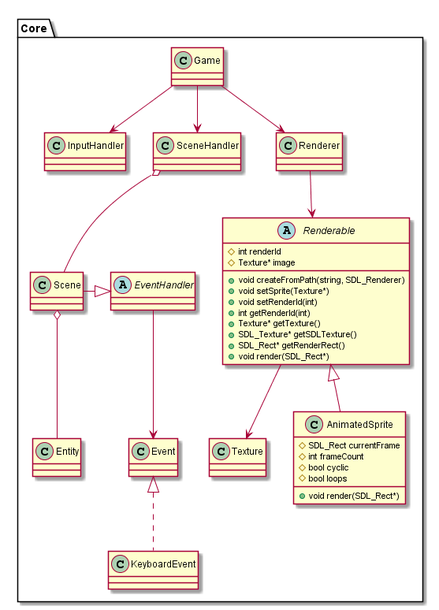
This is UML_Diagram.png from MarkGitthens/Sidescroller, a PlantUML export, as it was before one commit.
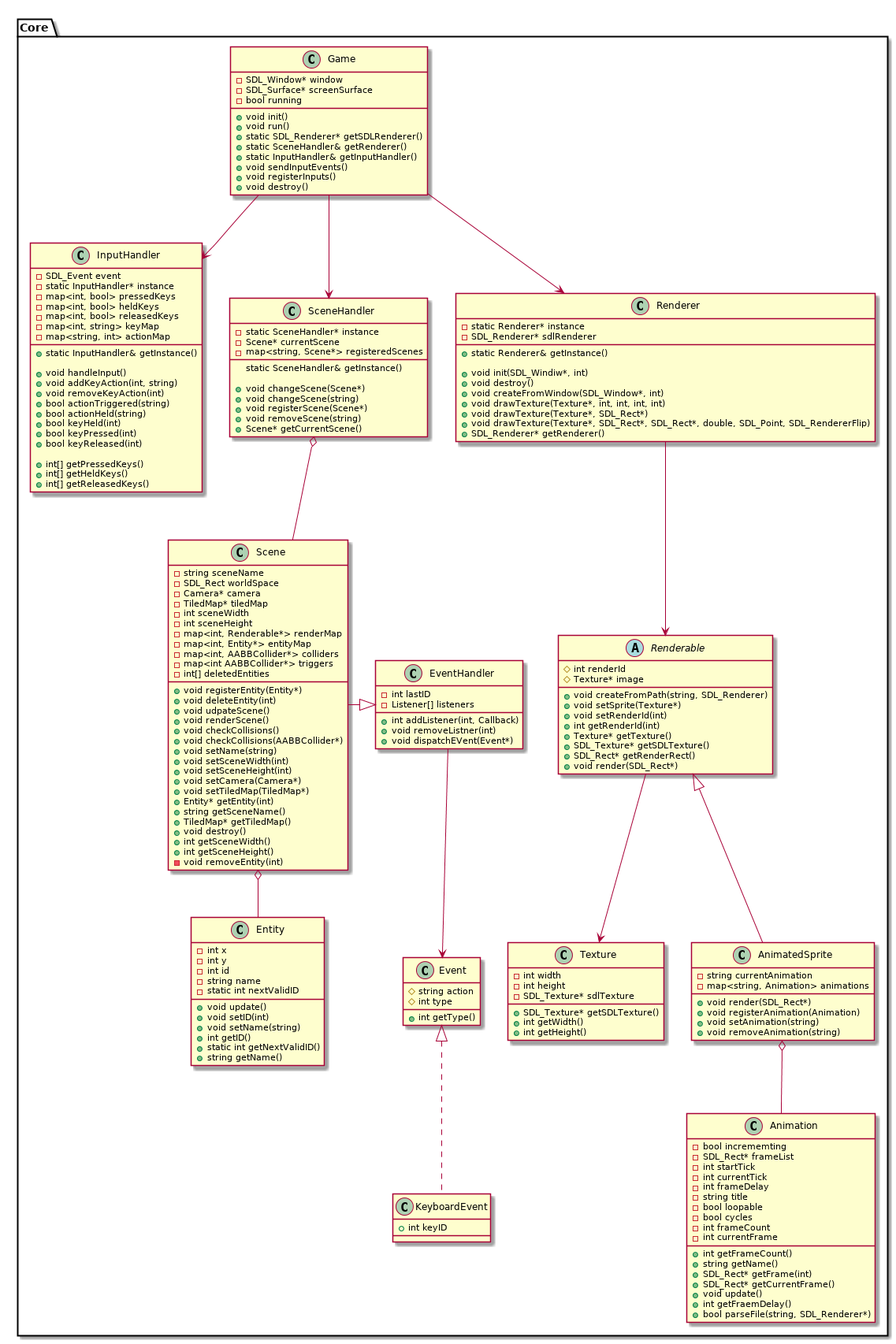
Above is the later version.

Commit message:
Updated UML diagrams and changed player jumping behavior.

What changed in the source:
```diff
@@ -2,31 +2,103 @@
 
 package Core {
     class Game {
+        +void init()
+        +void run()
+        +static SDL_Renderer* getSDLRenderer()
+        +static SceneHandler& getRenderer()
+        +static InputHandler& getInputHandler()
+        +void sendInputEvents()
+        +void registerInputs()
+        +void destroy()
 
+        -SDL_Window* window
+        -SDL_Surface* screenSurface
+        -bool running
     }
 
     class InputHandler {
+        +static InputHandler& getInstance()
 
+        +void handleInput()
+        +void addKeyAction(int, string)
+        +void removeKeyAction(int)
+        +bool actionTriggered(string)
+        +bool actionHeld(string)
+        +bool keyHeld(int)
+        +bool keyPressed(int)
+        +bool keyReleased(int)
+
+        +int[] getPressedKeys()
+        +int[] getHeldKeys()
+        +int[] getReleasedKeys()
+
+        -SDL_Event event
+        -static InputHandler* instance
+        -map<int, bool> pressedKeys
+        -map<int, bool> heldKeys
+        -map<int, bool> releasedKeys
+        -map<int, string> keyMap
+        -map<string, int> actionMap
     }
 
     class SceneHandler {
+        static SceneHandler& getInstance()
+
+        +void changeScene(Scene*)
+        +void changeScene(string)
+        +void registerScene(Scene*)
+        +void removeScene(string)
+        +Scene* getCurrentScene()
+
+        -static SceneHandler* instance
+        -Scene* currentScene
+        -map<string, Scene*> registeredScenes
 
     }
 
     class Renderer {
+        +static Renderer& getInstance()
 
+        +void init(SDL_Windiw*, int)
+        +void destroy()
+        +void createFromWindow(SDL_Window*, int)
+        +void drawTexture(Texture*, int, int, int, int)
+        +void drawTexture(Texture*, SDL_Rect*)
+        +void drawTexture(Texture*, SDL_Rect*, SDL_Rect*, double, SDL_Point, SDL_RendererFlip)
+        +SDL_Renderer* getRenderer()
+
+        -static Renderer* instance
+        -SDL_Renderer* sdlRenderer
     }
 
     class Texture {
+        +SDL_Texture* getSDLTexture()
+        +int getWidth()
+        +int getHeight()
 
+        -int width
+        -int height
+        -SDL_Texture* sdlTexture
+    }
+
+    class EventHandler {
+        +int addListener(int, Callback)
+        +void removeListner(int)
+        +void dispatchEVent(Event*)
+
+        -int lastID
+        -Listener[] listeners
     }
 
     class Event {
+        +int getType()
 
+        #string action
+        #int type
     }
 
     class KeyboardEvent {
-
+        +int keyID
     }
 
     abstract class Renderable {
@@ -43,29 +115,87 @@
         #Texture* image
     }
 
+    class Animation {
+        +int getFrameCount()
+        +string getName()
+        +SDL_Rect* getFrame(int)
+        +SDL_Rect* getCurrentFrame()
+        +void update()
+        +int getFraemDelay()
+        +bool parseFile(string, SDL_Renderer*)
+
+        -bool incrememting
+        -SDL_Rect* frameList
+        -int startTick
+        -int currentTick
+        -int frameDelay
+        -string title
+        -bool loopable
+        -bool cycles
+        -int frameCount
+        -int currentFrame
+    }
     class AnimatedSprite {
         +void render(SDL_Rect*)
-        #SDL_Rect currentFrame
-        #int frameCount
-        #bool cyclic
-        #bool loops
+        +void registerAnimation(Animation)
+        +void setAnimation(string)
+        +void removeAnimation(string)
+
+        -string currentAnimation
+        -map<string, Animation> animations
     }
 
     class Entity {
+        +void update()
+        +void setID(int)
+        +void setName(string)
+        +int getID()
+        +static int getNextValidID()
+        +string getName()
 
+        -int x
+        -int y
+        -int id
+        -string name
+        -static int nextValidID
     }
 
     class Scene {
+        +void registerEntity(Entity*)
+        +void deleteEntity(int)
+        +void udpateScene()
+        +void renderScene()
+        +void checkCollisions()
+        +void checkCollisions(AABBCollider*)
+        +void setName(string)
+        +void setSceneWidth(int)
+        +void setSceneHeight(int)
+        +void setCamera(Camera*)
+        +void setTiledMap(TiledMap*)
+        +Entity* getEntity(int)
+        +string getSceneName()
+        +TiledMap* getTiledMap()
+        +void destroy()
+        +int getSceneWidth()
+        +int getSceneHeight()
 
-    }
-
-    abstract class EventHandler {
-
+        -string sceneName
+        -SDL_Rect worldSpace
+        -Camera* camera
+        -TiledMap* tiledMap
+        -int sceneWidth
+        -int sceneHeight
+        -map<int, Renderable*> renderMap
+        -map<int, Entity*> entityMap
+        -map<int, AABBCollider*> colliders
+        -map<int AABBCollider*> triggers
+        -int[] deletedEntities
+        -void removeEntity(int)
     }
 }
 
 Renderable <|-- AnimatedSprite
-
+AnimatedSprite o-- Animation
 Game --> InputHandler
 Game --> SceneHandler
 Game --> Renderer
```
